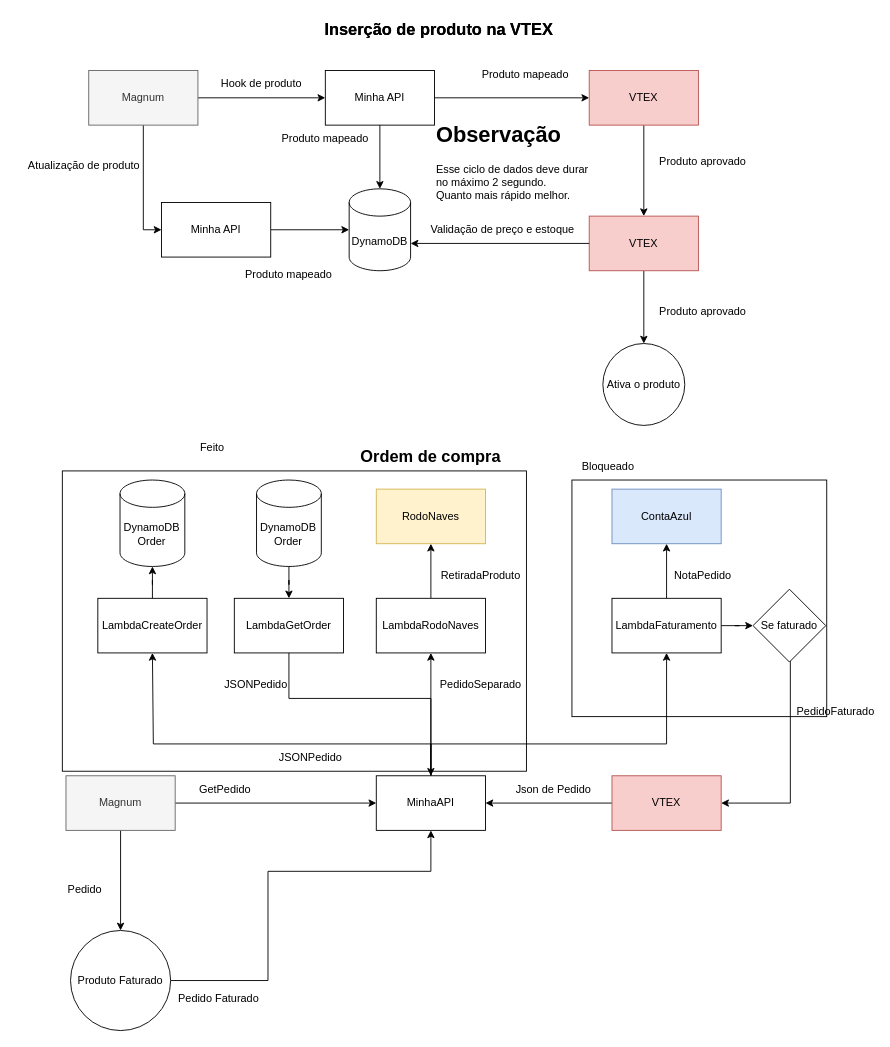
GustavoOliveira11/flowcharts keeps this draw.io diagram as fluxo-tech-magnum.drawio. Above is the earlier version. Source tidied: cells renumbered, new cells numbered last; positions are measured from the earlier drawing's top-left corner, leaving out a move shared by most shapes. Both pictures are drawn from the tidied source at 91%, with x=0, y=0 at pixel (15, 15).
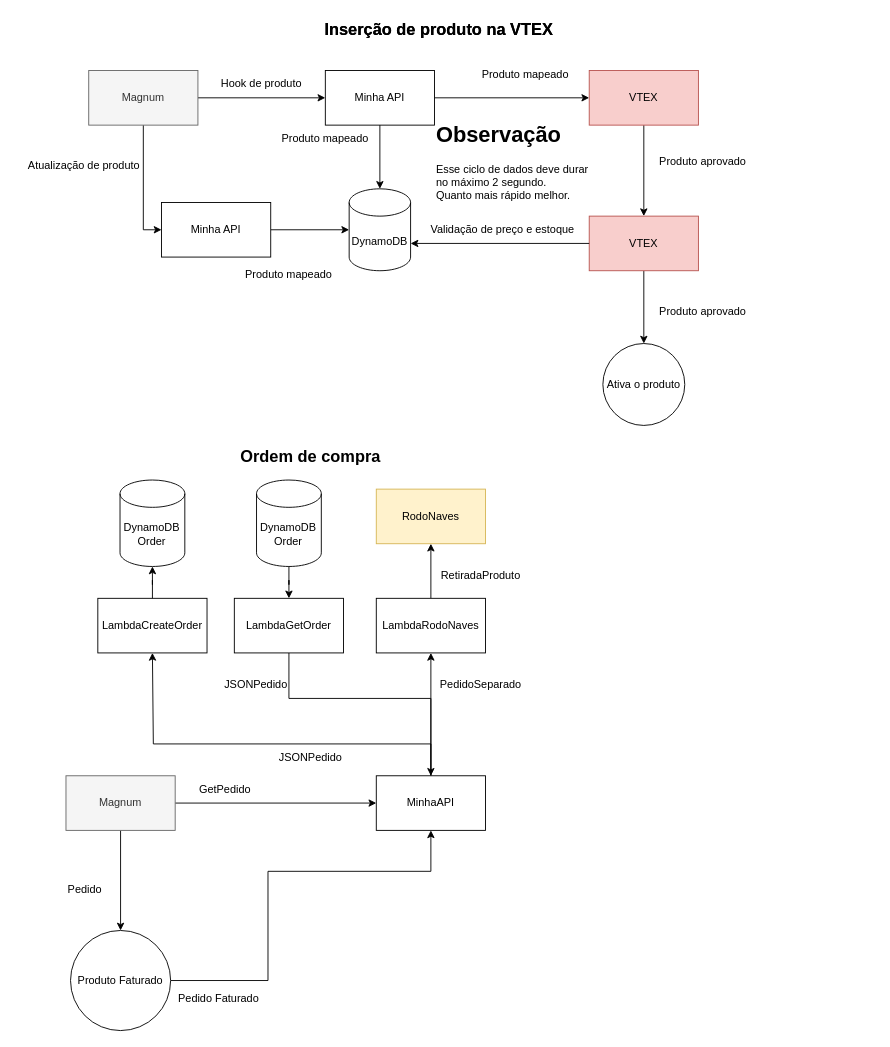
The same diagram, later.

Unchanged cells that the change refers to:
```xml
<mxCell id="34" value="MinhaAPI" style="rounded=0;whiteSpace=wrap;html=1;" parent="1" vertex="1">
  <mxGeometry x="396" y="835" width="120" height="60" as="geometry" />
</mxCell>
```

Diff of the diagram source:
```diff
@@
     <mxCell id="28" value="Ordem de compra" style="text;html=1;align=center;verticalAlign=middle;whiteSpace=wrap;rounded=0;fontSize=18;fontStyle=1;" parent="1" vertex="1">
-      <mxGeometry x="301" y="470" width="310" height="30" as="geometry" />
+      <mxGeometry x="168.5" y="470" width="310" height="30" as="geometry" />
     </mxCell>
-    <mxCell id="29" style="edgeStyle=orthogonalEdgeStyle;rounded=0;jettySize=auto;html=1;entryX=1;entryY=0.5;entryDx=0;entryDy=0;" parent="1" edge="1" source="30" target="34">
-      <mxGeometry relative="1" as="geometry" />
-    </mxCell>
-    <mxCell id="30" value="VTEX" style="rounded=0;whiteSpace=wrap;html=1;fillColor=#f8cecc;strokeColor=#b85450;" parent="1" vertex="1">
-      <mxGeometry x="655" y="835" width="120" height="60" as="geometry" />
-    </mxCell>
-    <mxCell id="31" style="edgeStyle=orthogonalEdgeStyle;rounded=0;jettySize=auto;html=1;entryX=0.5;entryY=1;entryDx=0;entryDy=0;" parent="1" edge="1" source="34" target="48">
-      <mxGeometry relative="1" as="geometry">
-        <Array as="points">
-          <mxPoint x="456" y="800" />
-          <mxPoint x="715" y="800" />
-        </Array>
-      </mxGeometry>
-    </mxCell>
@@
-    <mxCell id="38" value="Json de Pedido" style="text;html=1;align=center;verticalAlign=middle;whiteSpace=wrap;rounded=0;" parent="1" vertex="1">
-      <mxGeometry x="546" y="835" width="90" height="30" as="geometry" />
-    </mxCell>
@@
-    <mxCell id="46" style="edgeStyle=orthogonalEdgeStyle;rounded=0;jettySize=auto;html=1;entryX=0.5;entryY=1;entryDx=0;entryDy=0;" parent="1" edge="1" source="48" target="53">
-      <mxGeometry relative="1" as="geometry" />
-    </mxCell>
-    <mxCell id="47" style="edgeStyle=orthogonalEdgeStyle;rounded=0;jettySize=auto;html=1;entryX=0;entryY=0.5;entryDx=0;entryDy=0;" parent="1" edge="1" source="48" target="56">
-      <mxGeometry relative="1" as="geometry" />
-    </mxCell>
-    <mxCell id="48" value="LambdaFaturamento" style="rounded=0;whiteSpace=wrap;html=1;" parent="1" vertex="1">
-      <mxGeometry x="655" y="640" width="120" height="60" as="geometry" />
-    </mxCell>
@@
-    <mxCell id="53" value="ContaAzul" style="rounded=0;whiteSpace=wrap;html=1;fillColor=#dae8fc;strokeColor=#6c8ebf;" parent="1" vertex="1">
-      <mxGeometry x="655" y="520" width="120" height="60" as="geometry" />
-    </mxCell>
-    <mxCell id="54" value="NotaPedido" style="text;html=1;align=center;verticalAlign=middle;whiteSpace=wrap;rounded=0;" parent="1" vertex="1">
-      <mxGeometry x="725" y="600" width="60" height="30" as="geometry" />
-    </mxCell>
-    <mxCell id="55" style="edgeStyle=orthogonalEdgeStyle;rounded=0;jettySize=auto;html=1;entryX=1;entryY=0.5;entryDx=0;entryDy=0;" parent="1" edge="1" source="56" target="30">
-      <mxGeometry relative="1" as="geometry">
-        <Array as="points">
-          <mxPoint x="851" y="865" />
-        </Array>
-      </mxGeometry>
-    </mxCell>
-    <mxCell id="56" value="Se faturado" style="rhombus;whiteSpace=wrap;html=1;" parent="1" vertex="1">
-      <mxGeometry x="810" y="630" width="80" height="80" as="geometry" />
-    </mxCell>
-    <mxCell id="57" value="PedidoFaturado" style="text;html=1;align=center;verticalAlign=middle;whiteSpace=wrap;rounded=0;" parent="1" vertex="1">
-      <mxGeometry x="871" y="750" width="60" height="30" as="geometry" />
-    </mxCell>
@@
-    <mxCell id="66" value="Bloqueado" style="text;html=1;align=center;verticalAlign=middle;whiteSpace=wrap;rounded=0;" parent="1" vertex="1">
-      <mxGeometry x="621" y="480" width="60" height="30" as="geometry" />
-    </mxCell>
-    <mxCell id="67" value="Feito" style="text;html=1;align=center;verticalAlign=middle;whiteSpace=wrap;rounded=0;" parent="1" vertex="1">
-      <mxGeometry x="185.6" y="460" width="60" height="30" as="geometry" />
-    </mxCell>
-    <mxCell id="68" style="rounded=0;whiteSpace=wrap;html=1;fillColor=none;" parent="1" vertex="1">
-      <mxGeometry x="51" y="500" width="510" height="330" as="geometry" />
-    </mxCell>
-    <mxCell id="69" style="rounded=0;whiteSpace=wrap;html=1;fillColor=none;" parent="1" vertex="1">
-      <mxGeometry x="611" y="510" width="280" height="260" as="geometry" />
-    </mxCell>
```
